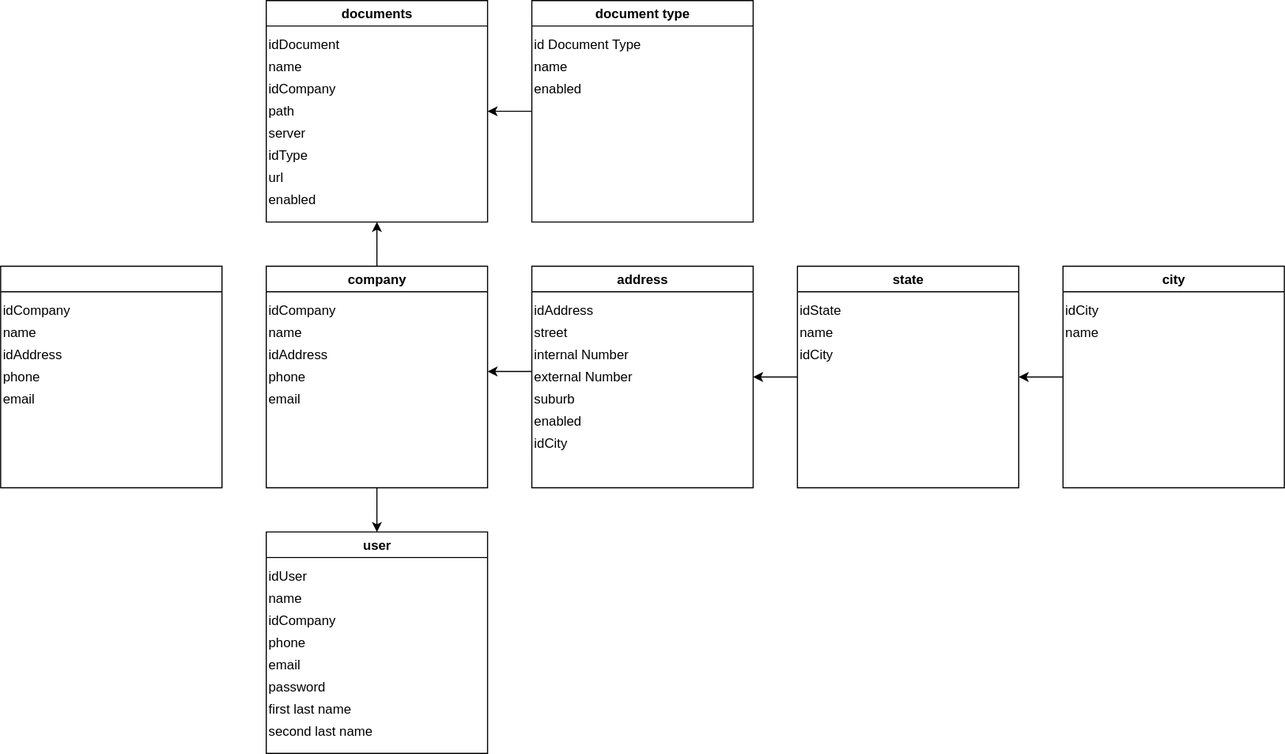
Above: dawio/modelo.drawio.svg in carlosj-mc99/jc-investments (draw.io), before the change. Source tidied: cells renumbered, new cells last; positions are measured from the earlier drawing's top-left corner, leaving out a move shared by most shapes.
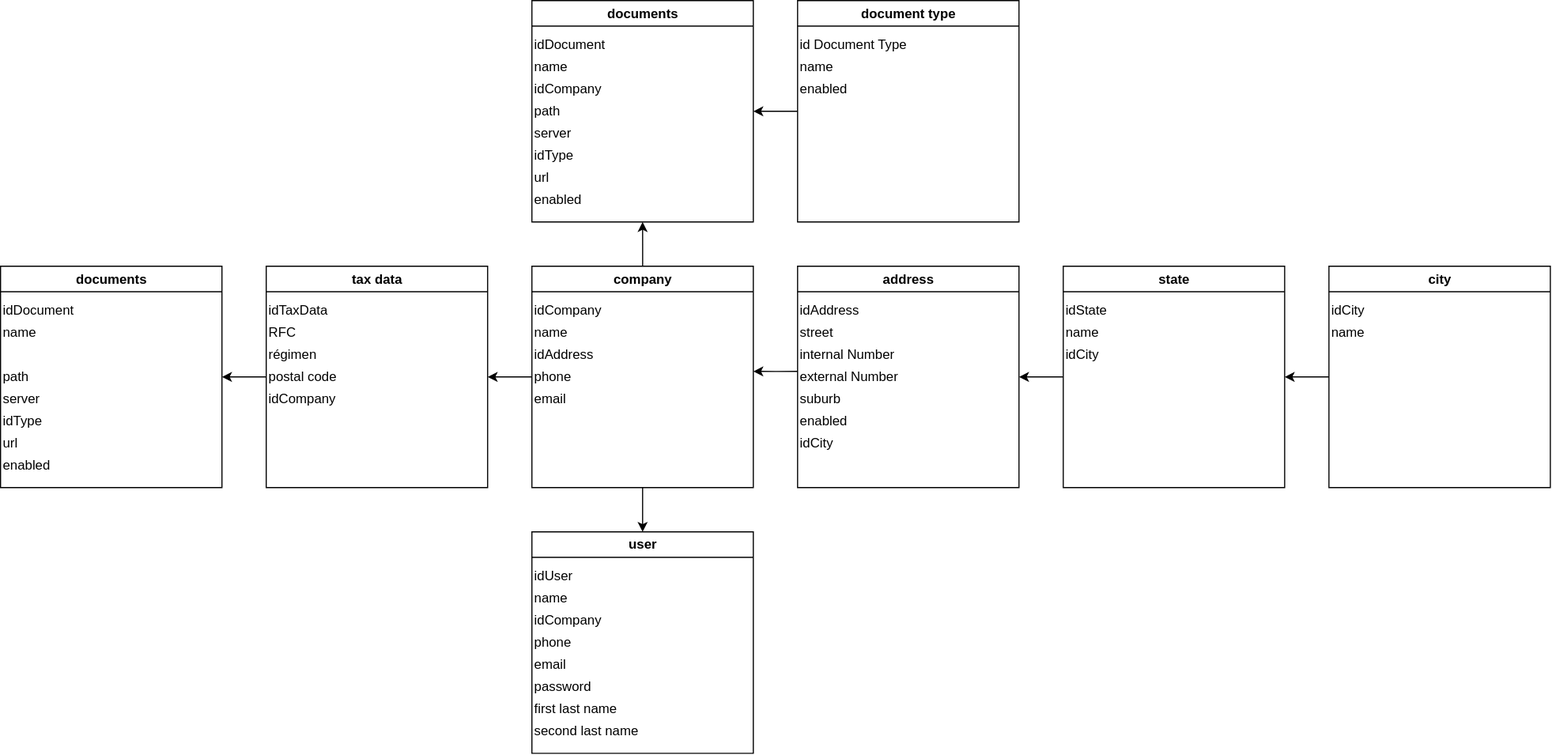
Above is the later version.

Diff of the diagram source:
```diff
@@ -153,23 +153,53 @@
     <mxCell id="50" value="enabled" style="text;html=1;align=left;verticalAlign=middle;whiteSpace=wrap;rounded=0;" parent="47" vertex="1">
       <mxGeometry y="70" width="200" height="20" as="geometry" />
     </mxCell>
+    <mxCell id="57" style="edgeStyle=orthogonalEdgeStyle;rounded=0;jettySize=auto;html=1;entryX=1;entryY=0.5;entryDx=0;entryDy=0;" parent="1" edge="1" source="51" target="62">
+      <mxGeometry relative="1" as="geometry" />
+    </mxCell>
-    <mxCell id="51" style="swimlane;whiteSpace=wrap;html=1;" parent="1" vertex="1">
+    <mxCell id="51" value="tax data" style="swimlane;whiteSpace=wrap;html=1;" parent="1" vertex="1">
       <mxGeometry y="240" width="200" height="200" as="geometry" />
     </mxCell>
-    <mxCell id="52" value="idCompany" style="text;html=1;align=left;verticalAlign=middle;whiteSpace=wrap;rounded=0;" parent="51" vertex="1">
+    <mxCell id="52" value="idTaxData" style="text;html=1;align=left;verticalAlign=middle;whiteSpace=wrap;rounded=0;" parent="51" vertex="1">
       <mxGeometry y="30" width="200" height="20" as="geometry" />
     </mxCell>
-    <mxCell id="53" value="name" style="text;html=1;align=left;verticalAlign=middle;whiteSpace=wrap;rounded=0;" parent="51" vertex="1">
+    <mxCell id="53" value="RFC" style="text;html=1;align=left;verticalAlign=middle;whiteSpace=wrap;rounded=0;" parent="51" vertex="1">
       <mxGeometry y="50" width="200" height="20" as="geometry" />
     </mxCell>
-    <mxCell id="54" value="idAddress" style="text;html=1;align=left;verticalAlign=middle;whiteSpace=wrap;rounded=0;" parent="51" vertex="1">
+    <mxCell id="54" value="régimen" style="text;html=1;align=left;verticalAlign=middle;whiteSpace=wrap;rounded=0;" parent="51" vertex="1">
       <mxGeometry y="70" width="200" height="20" as="geometry" />
     </mxCell>
-    <mxCell id="55" value="phone" style="text;html=1;align=left;verticalAlign=middle;whiteSpace=wrap;rounded=0;" parent="51" vertex="1">
+    <mxCell id="55" value="postal code" style="text;html=1;align=left;verticalAlign=middle;whiteSpace=wrap;rounded=0;" parent="51" vertex="1">
       <mxGeometry y="90" width="200" height="20" as="geometry" />
     </mxCell>
-    <mxCell id="56" value="email" style="text;html=1;align=left;verticalAlign=middle;whiteSpace=wrap;rounded=0;" parent="51" vertex="1">
+    <mxCell id="56" value="idCompany" style="text;html=1;align=left;verticalAlign=middle;whiteSpace=wrap;rounded=0;" parent="51" vertex="1">
       <mxGeometry y="110" width="200" height="20" as="geometry" />
     </mxCell>
+    <mxCell id="58" style="edgeStyle=orthogonalEdgeStyle;rounded=0;jettySize=auto;html=1;entryX=1;entryY=0.5;entryDx=0;entryDy=0;" parent="1" edge="1" source="8" target="55">
+      <mxGeometry relative="1" as="geometry" />
+    </mxCell>
+    <mxCell id="59" value="documents" style="swimlane;whiteSpace=wrap;html=1;" parent="1" vertex="1">
+      <mxGeometry x="-240" y="240" width="200" height="200" as="geometry" />
+    </mxCell>
+    <mxCell id="60" value="idDocument" style="text;html=1;align=left;verticalAlign=middle;whiteSpace=wrap;rounded=0;" parent="59" vertex="1">
+      <mxGeometry y="30" width="200" height="20" as="geometry" />
+    </mxCell>
+    <mxCell id="61" value="name" style="text;html=1;align=left;verticalAlign=middle;whiteSpace=wrap;rounded=0;" parent="59" vertex="1">
+      <mxGeometry y="50" width="200" height="20" as="geometry" />
+    </mxCell>
+    <mxCell id="62" value="path" style="text;html=1;align=left;verticalAlign=middle;whiteSpace=wrap;rounded=0;" parent="59" vertex="1">
+      <mxGeometry y="90" width="200" height="20" as="geometry" />
+    </mxCell>
+    <mxCell id="63" value="server" style="text;html=1;align=left;verticalAlign=middle;whiteSpace=wrap;rounded=0;" parent="59" vertex="1">
+      <mxGeometry y="110" width="200" height="20" as="geometry" />
+    </mxCell>
+    <mxCell id="64" value="idType" style="text;html=1;align=left;verticalAlign=middle;whiteSpace=wrap;rounded=0;" parent="59" vertex="1">
+      <mxGeometry y="130" width="200" height="20" as="geometry" />
+    </mxCell>
+    <mxCell id="65" value="url" style="text;html=1;align=left;verticalAlign=middle;whiteSpace=wrap;rounded=0;" parent="59" vertex="1">
+      <mxGeometry y="150" width="200" height="20" as="geometry" />
+    </mxCell>
+    <mxCell id="66" value="enabled" style="text;html=1;align=left;verticalAlign=middle;whiteSpace=wrap;rounded=0;" parent="59" vertex="1">
+      <mxGeometry y="170" width="200" height="20" as="geometry" />
+    </mxCell>
   </root>
 </mxGraphModel>
```
